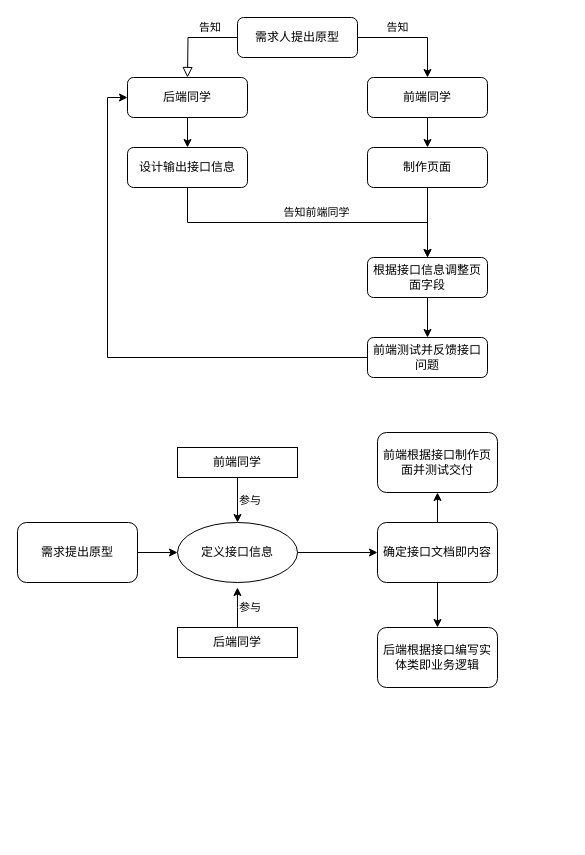
Earlier version of the draw.io diagram apifox-flow.drawio (tangme/flowchart). Source tidied: cells renumbered, new cells numbered last; positions are measured from the earlier drawing's top-left corner, leaving out a move shared by most shapes. Both pictures are drawn from the tidied source at 100%, with x=0, y=0 at pixel (17, 17).
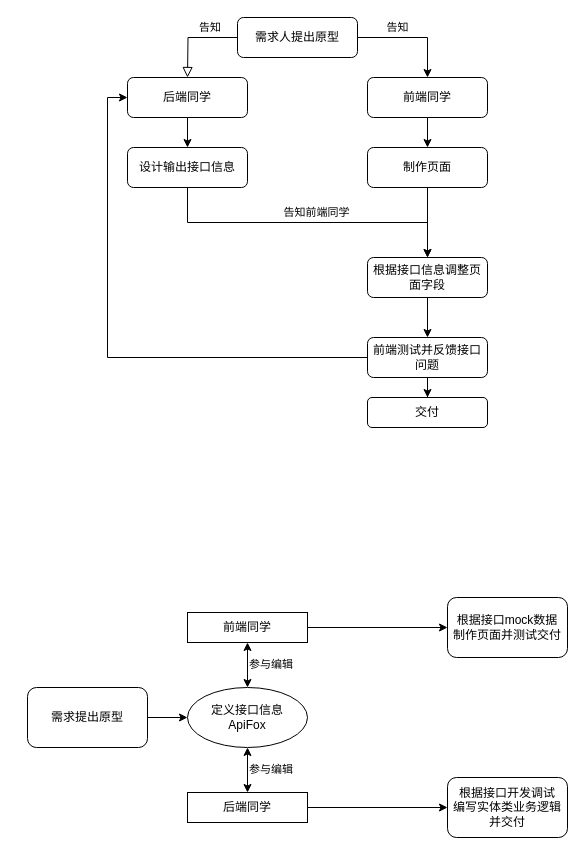
The same page after the edit.

The change refers to these unchanged cells:
```xml
<mxCell id="16" value="前端测试并反馈接口问题" style="rounded=1;whiteSpace=wrap;html=1;" parent="1" vertex="1">
  <mxGeometry x="350" y="320" width="120" height="40" as="geometry" />
</mxCell>
```

What changed in the source:
```diff
@@
+    <mxCell id="30" style="edgeStyle=orthogonalEdgeStyle;rounded=0;jettySize=auto;html=1;" parent="1" edge="1" source="16" target="35">
+      <mxGeometry relative="1" as="geometry" />
+    </mxCell>
@@
     <mxCell id="18" value="需求提出原型" style="rounded=1;whiteSpace=wrap;html=1;" parent="1" vertex="1">
-      <mxGeometry y="505" width="120" height="60" as="geometry" />
+      <mxGeometry x="10" y="670" width="120" height="60" as="geometry" />
     </mxCell>
-    <mxCell id="19" style="edgeStyle=orthogonalEdgeStyle;rounded=0;jettySize=auto;html=1;" parent="1" edge="1" source="20" target="27">
-      <mxGeometry relative="1" as="geometry" />
-    </mxCell>
-    <mxCell id="20" value="定义接口信息" style="ellipse;whiteSpace=wrap;html=1;rounded=1;" parent="1" vertex="1">
-      <mxGeometry x="160" y="505" width="120" height="60" as="geometry" />
+    <mxCell id="20" value="定义接口信息&lt;br&gt;ApiFox" style="ellipse;whiteSpace=wrap;html=1;rounded=1;" parent="1" vertex="1">
+      <mxGeometry x="170" y="670" width="120" height="60" as="geometry" />
     </mxCell>
-    <mxCell id="21" value="参与" style="edgeStyle=orthogonalEdgeStyle;rounded=0;jettySize=auto;html=1;exitX=0.5;exitY=1;exitDx=0;exitDy=0;entryX=0.5;entryY=0;entryDx=0;entryDy=0;align=left;" parent="1" edge="1" source="22" target="20">
-      <mxGeometry relative="1" as="geometry" />
-    </mxCell>
+    <mxCell id="31" style="edgeStyle=orthogonalEdgeStyle;rounded=0;jettySize=auto;html=1;exitX=1;exitY=0.5;exitDx=0;exitDy=0;entryX=0;entryY=0.5;entryDx=0;entryDy=0;" parent="1" edge="1" source="22" target="28">
+      <mxGeometry relative="1" as="geometry" />
+    </mxCell>
     <mxCell id="22" value="前端同学" style="rounded=0;whiteSpace=wrap;html=1;" parent="1" vertex="1">
-      <mxGeometry x="160" y="430" width="120" height="30" as="geometry" />
+      <mxGeometry x="170" y="595" width="120" height="30" as="geometry" />
     </mxCell>
-    <mxCell id="23" value="参与" style="edgeStyle=orthogonalEdgeStyle;rounded=0;jettySize=auto;html=1;exitX=0.5;exitY=0;exitDx=0;exitDy=0;align=left;" parent="1" edge="1" source="24">
-      <mxGeometry relative="1" as="geometry">
-        <mxPoint x="219.9" y="570" as="targetPoint" />
-      </mxGeometry>
-    </mxCell>
+    <mxCell id="32" style="edgeStyle=orthogonalEdgeStyle;rounded=0;jettySize=auto;html=1;exitX=1;exitY=0.5;exitDx=0;exitDy=0;entryX=0;entryY=0.5;entryDx=0;entryDy=0;" parent="1" edge="1" source="24" target="29">
+      <mxGeometry relative="1" as="geometry" />
+    </mxCell>
     <mxCell id="24" value="后端同学" style="rounded=0;whiteSpace=wrap;html=1;" parent="1" vertex="1">
-      <mxGeometry x="160" y="610" width="120" height="30" as="geometry" />
+      <mxGeometry x="170" y="775" width="120" height="30" as="geometry" />
     </mxCell>
-    <mxCell id="25" style="edgeStyle=orthogonalEdgeStyle;rounded=0;jettySize=auto;html=1;" parent="1" edge="1" source="27" target="28">
-      <mxGeometry relative="1" as="geometry" />
-    </mxCell>
-    <mxCell id="26" style="edgeStyle=orthogonalEdgeStyle;rounded=0;jettySize=auto;html=1;" parent="1" edge="1" source="27" target="29">
-      <mxGeometry relative="1" as="geometry" />
-    </mxCell>
-    <mxCell id="27" value="确定接口文档即内容" style="whiteSpace=wrap;html=1;rounded=1;" parent="1" vertex="1">
-      <mxGeometry x="360" y="505" width="120" height="60" as="geometry" />
-    </mxCell>
-    <mxCell id="28" value="前端根据接口制作页面并测试交付" style="whiteSpace=wrap;html=1;rounded=1;" parent="1" vertex="1">
-      <mxGeometry x="360" y="415" width="120" height="60" as="geometry" />
+    <mxCell id="28" value="根据接口mock数据&lt;br&gt;制作页面并测试交付" style="whiteSpace=wrap;html=1;rounded=1;" parent="1" vertex="1">
+      <mxGeometry x="430" y="580" width="120" height="60" as="geometry" />
     </mxCell>
-    <mxCell id="29" value="后端根据接口编写实体类即业务逻辑" style="whiteSpace=wrap;html=1;rounded=1;" parent="1" vertex="1">
-      <mxGeometry x="360" y="610" width="120" height="60" as="geometry" />
+    <mxCell id="29" value="根据接口开发调试&lt;br&gt;编写实体类业务逻辑并交付" style="whiteSpace=wrap;html=1;rounded=1;" parent="1" vertex="1">
+      <mxGeometry x="430" y="760" width="120" height="60" as="geometry" />
     </mxCell>
+    <mxCell id="33" value="参与编辑" style="endArrow=classic;startArrow=classic;html=1;rounded=0;entryX=0.5;entryY=1;entryDx=0;entryDy=0;align=left;" parent="1" edge="1" source="20" target="22">
+      <mxGeometry relative="1" as="geometry" />
+    </mxCell>
+    <mxCell id="34" value="参与编辑" style="endArrow=classic;startArrow=classic;html=1;rounded=0;exitX=0.5;exitY=0;exitDx=0;exitDy=0;entryX=0.5;entryY=1;entryDx=0;entryDy=0;align=left;" parent="1" edge="1" source="24" target="20">
+      <mxGeometry relative="1" as="geometry" />
+    </mxCell>
+    <mxCell id="35" value="交付" style="rounded=1;whiteSpace=wrap;html=1;" parent="1" vertex="1">
+      <mxGeometry x="350" y="380" width="120" height="30" as="geometry" />
+    </mxCell>
```
